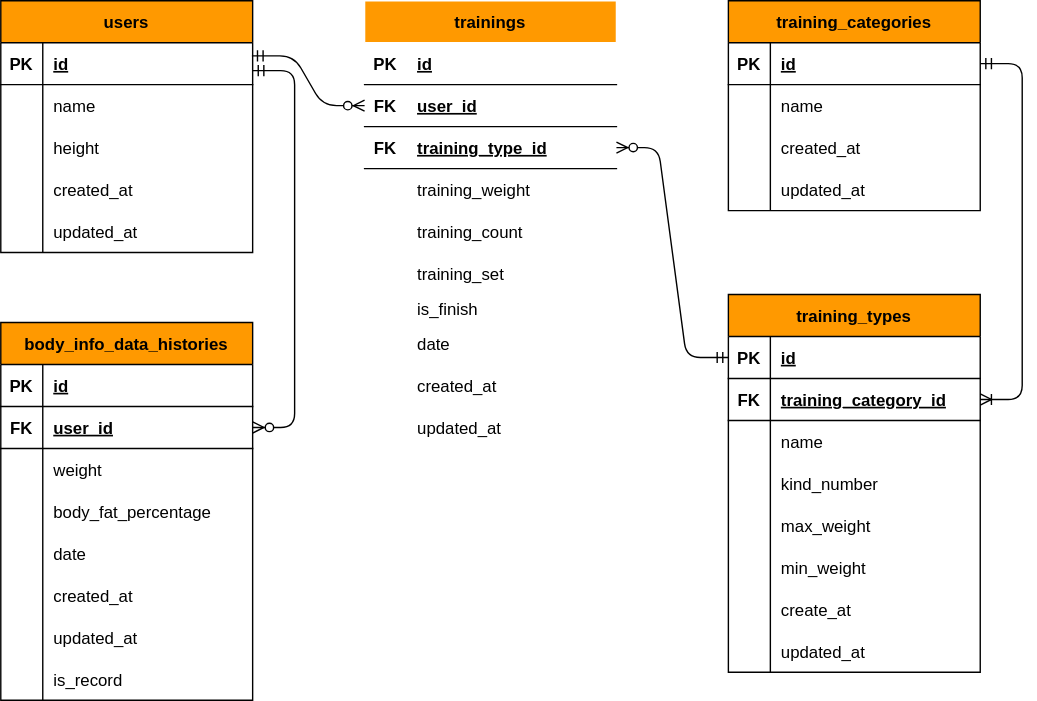
Above: docs/ER図.drawio.svg in ryosukeoya/Torerogu (draw.io), before the change. Source tidied: cells renumbered, new cells last; positions are measured from the earlier drawing's top-left corner, leaving out a move shared by most shapes.
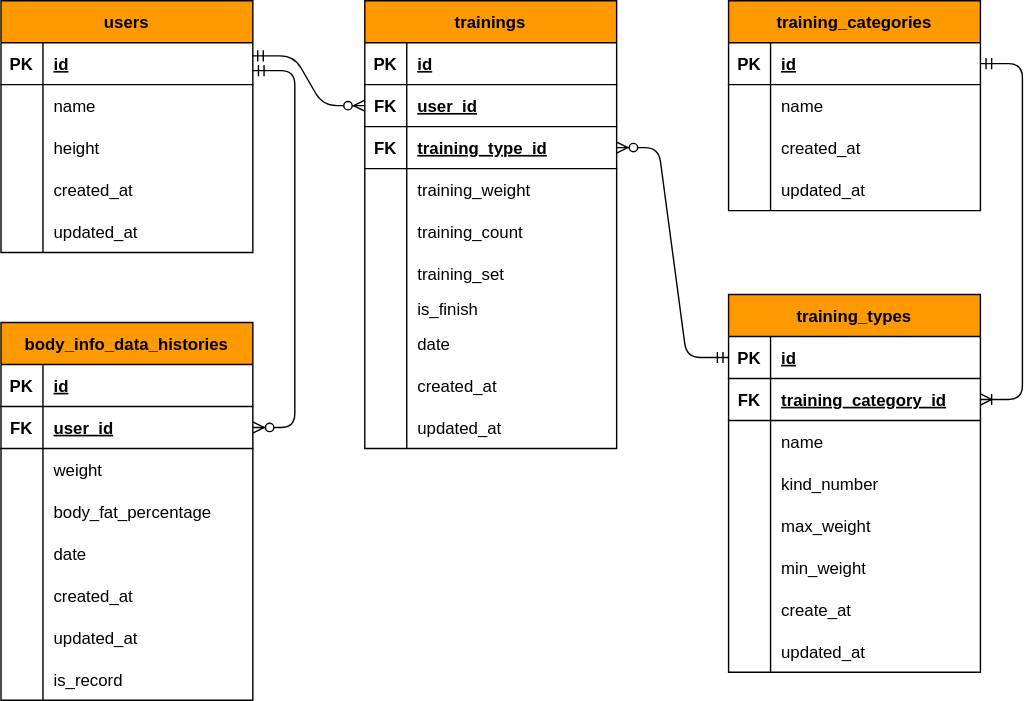
After the change.

Commit message:
デザイン修正

What changed in the source:
```diff
@@ -2,7 +2,7 @@
   <root>
     <mxCell id="0" />
     <mxCell id="1" parent="0" />
-    <mxCell id="2" value="users" style="shape=table;startSize=30;rowLines=0;fontStyle=1;align=center;fillColor=#FF9900;fontColor=#000000;" parent="1" vertex="1">
+    <mxCell id="2" value="users" style="shape=table;startSize=30;rowLines=0;fontStyle=1;align=center;fillColor=#FF9900;fontColor=#000000;strokeColor=default;" parent="1" vertex="1">
       <mxGeometry width="180" height="180" as="geometry" />
     </mxCell>
     <mxCell id="3" style="shape=partialRectangle;fillColor=none;top=0;left=0;bottom=1;right=0;points=[[0,0.5],[1,0.5]];portConstraint=eastwest;" parent="2" vertex="1">
@@ -125,7 +125,7 @@
     <mxCell id="42" value="is_record" style="shape=partialRectangle;fillColor=none;top=0;left=0;bottom=0;right=0;align=left;spacingLeft=6;overflow=hidden;" parent="40" vertex="1">
       <mxGeometry x="30" width="150" height="30" as="geometry" />
     </mxCell>
-    <mxCell id="43" value="trainings" style="shape=table;startSize=30;rowLines=0;fontStyle=1;align=center;fillColor=#FF9900;fontColor=#000000;strokeColor=#FFFFFF;" parent="1" vertex="1">
+    <mxCell id="43" value="trainings" style="shape=table;startSize=30;rowLines=0;fontStyle=1;align=center;fillColor=#FF9900;fontColor=#000000;strokeColor=#000000;" parent="1" vertex="1">
       <mxGeometry x="260" width="180" height="320" as="geometry" />
     </mxCell>
     <mxCell id="44" style="shape=partialRectangle;fillColor=none;top=0;left=0;bottom=1;right=0;" parent="43" vertex="1">
```
